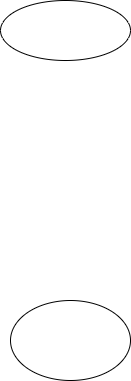
Earlier version of the draw.io export task_41/diagram.drawio.png (kononovaele/HomeTask_6). Source tidied: cells renumbered, new cells last; positions are measured from the earlier drawing's top-left corner, leaving out a move shared by most shapes. Its diagram source:
```xml
<mxGraphModel>
  <root>
    <mxCell id="0" />
    <mxCell id="1" parent="0" />
    <mxCell id="2" style="ellipse;whiteSpace=wrap;html=1;" parent="1" vertex="1">
      <mxGeometry width="130" height="60" as="geometry" />
    </mxCell>
    <mxCell id="3" style="ellipse;whiteSpace=wrap;html=1;" parent="1" vertex="1">
      <mxGeometry x="10" y="300" width="120" height="80" as="geometry" />
    </mxCell>
  </root>
</mxGraphModel>
```
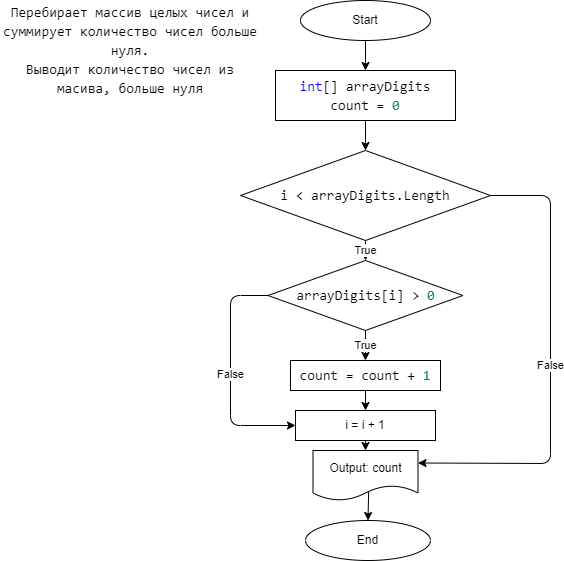
Above is the later version.

Commit message:
fix bug block-schema task_41

What changed in the source:
```diff
@@ -2,11 +2,69 @@
   <root>
     <mxCell id="0" />
     <mxCell id="1" parent="0" />
-    <mxCell id="2" style="ellipse;whiteSpace=wrap;html=1;" parent="1" vertex="1">
-      <mxGeometry width="130" height="60" as="geometry" />
+    <mxCell id="2" value="Start" style="ellipse;whiteSpace=wrap;html=1;" parent="1" vertex="1">
+      <mxGeometry width="130" height="40" as="geometry" />
     </mxCell>
-    <mxCell id="3" style="ellipse;whiteSpace=wrap;html=1;" parent="1" vertex="1">
-      <mxGeometry x="10" y="300" width="120" height="80" as="geometry" />
+    <mxCell id="3" value="End" style="ellipse;whiteSpace=wrap;html=1;" parent="1" vertex="1">
+      <mxGeometry x="5" y="520" width="125" height="40" as="geometry" />
     </mxCell>
+    <mxCell id="4" value="&lt;div style=&quot;background-color: rgb(255 , 255 , 255) ; font-family: &amp;quot;consolas&amp;quot; , &amp;quot;courier new&amp;quot; , monospace ; font-size: 14px ; line-height: 19px&quot;&gt;&lt;div&gt;&lt;span style=&quot;&quot;&gt;Перебирает массив целых чисел и суммирует количество чисел больше нуля.&lt;/span&gt;&lt;/div&gt;&lt;div&gt;&lt;span style=&quot;&quot;&gt;Выводит количество чисел из масива, больше нуля&lt;/span&gt;&lt;/div&gt;&lt;/div&gt;" style="text;html=1;strokeColor=none;fillColor=none;align=center;verticalAlign=middle;whiteSpace=wrap;rounded=0;fontColor=#000000;" parent="1" vertex="1">
+      <mxGeometry x="-300" width="260" height="100" as="geometry" />
+    </mxCell>
+    <mxCell id="5" value="&lt;div style=&quot;background-color: rgb(255 , 255 , 255) ; font-family: &amp;#34;consolas&amp;#34; , &amp;#34;courier new&amp;#34; , monospace ; font-size: 14px ; line-height: 19px&quot;&gt;&lt;span style=&quot;color: #0000ff&quot;&gt;int&lt;/span&gt;[] arrayDigits&lt;/div&gt;&lt;div style=&quot;background-color: rgb(255 , 255 , 255) ; font-family: &amp;#34;consolas&amp;#34; , &amp;#34;courier new&amp;#34; , monospace ; font-size: 14px ; line-height: 19px&quot;&gt;&lt;div style=&quot;font-family: &amp;#34;consolas&amp;#34; , &amp;#34;courier new&amp;#34; , monospace ; line-height: 19px&quot;&gt;count = &lt;span style=&quot;color: #098658&quot;&gt;0&lt;/span&gt;&lt;/div&gt;&lt;/div&gt;" style="rounded=0;whiteSpace=wrap;html=1;" parent="1" vertex="1">
+      <mxGeometry x="-25" y="70" width="180" height="50" as="geometry" />
+    </mxCell>
+    <mxCell id="6" value="&lt;div style=&quot;background-color: rgb(255 , 255 , 255) ; font-family: &amp;#34;consolas&amp;#34; , &amp;#34;courier new&amp;#34; , monospace ; font-size: 14px ; line-height: 19px&quot;&gt;i &amp;lt; arrayDigits.Length&lt;/div&gt;" style="rhombus;whiteSpace=wrap;html=1;fontColor=#000000;" parent="1" vertex="1">
+      <mxGeometry x="-60" y="150" width="250" height="90" as="geometry" />
+    </mxCell>
+    <mxCell id="7" value="&lt;div style=&quot;background-color: rgb(255 , 255 , 255) ; font-family: &amp;#34;consolas&amp;#34; , &amp;#34;courier new&amp;#34; , monospace ; font-size: 14px ; line-height: 19px&quot;&gt;arrayDigits[i] &amp;gt; &lt;span style=&quot;color: #098658&quot;&gt;0&lt;/span&gt;&lt;/div&gt;" style="rhombus;whiteSpace=wrap;html=1;fontColor=#000000;" parent="1" vertex="1">
+      <mxGeometry x="-32.5" y="260" width="195" height="70" as="geometry" />
+    </mxCell>
+    <mxCell id="8" value="&lt;div style=&quot;background-color: rgb(255 , 255 , 255) ; font-family: &amp;#34;consolas&amp;#34; , &amp;#34;courier new&amp;#34; , monospace ; font-size: 14px ; line-height: 19px&quot;&gt;count = count + &lt;span style=&quot;color: #098658&quot;&gt;1&lt;/span&gt;&lt;/div&gt;" style="rounded=0;whiteSpace=wrap;html=1;fontColor=#000000;" parent="1" vertex="1">
+      <mxGeometry x="-10" y="360" width="150" height="30" as="geometry" />
+    </mxCell>
+    <mxCell id="9" value="i = i + 1" style="rounded=0;whiteSpace=wrap;html=1;fontColor=#000000;" parent="1" vertex="1">
+      <mxGeometry x="-5" y="410" width="140" height="30" as="geometry" />
+    </mxCell>
+    <mxCell id="10" style="endArrow=classic;html=1;fontColor=#000000;exitX=0.5;exitY=1;exitDx=0;exitDy=0;" parent="1" edge="1" source="2" target="5">
+      <mxGeometry relative="1" as="geometry" />
+    </mxCell>
+    <mxCell id="11" style="endArrow=classic;html=1;fontColor=#000000;exitX=0.5;exitY=1;exitDx=0;exitDy=0;entryX=0.5;entryY=0;entryDx=0;entryDy=0;" parent="1" edge="1" source="5" target="6">
+      <mxGeometry relative="1" as="geometry" />
+    </mxCell>
+    <mxCell id="12" value="True" style="endArrow=classic;html=1;fontColor=#000000;exitX=0.5;exitY=1;exitDx=0;exitDy=0;" parent="1" edge="1" source="6" target="7">
+      <mxGeometry relative="1" as="geometry" />
+    </mxCell>
+    <mxCell id="13" value="Output: count" style="shape=document;whiteSpace=wrap;html=1;boundedLbl=1;fontColor=#000000;" parent="1" vertex="1">
+      <mxGeometry x="12.5" y="450" width="105" height="50" as="geometry" />
+    </mxCell>
+    <mxCell id="14" value="False" style="endArrow=classic;html=1;fontColor=#000000;exitX=1;exitY=0.5;exitDx=0;exitDy=0;entryX=1;entryY=0.25;entryDx=0;entryDy=0;" parent="1" edge="1" source="6" target="13">
+      <mxGeometry relative="1" as="geometry">
+        <Array as="points">
+          <mxPoint x="250" y="195" />
+          <mxPoint x="250" y="463" />
+        </Array>
+      </mxGeometry>
+    </mxCell>
+    <mxCell id="15" value="True" style="endArrow=classic;html=1;fontColor=#000000;exitX=0.5;exitY=1;exitDx=0;exitDy=0;" parent="1" edge="1" source="7" target="8">
+      <mxGeometry relative="1" as="geometry" />
+    </mxCell>
+    <mxCell id="16" style="endArrow=classic;html=1;fontColor=#000000;exitX=0.5;exitY=1;exitDx=0;exitDy=0;entryX=0.5;entryY=0;entryDx=0;entryDy=0;" parent="1" edge="1" source="8" target="9">
+      <mxGeometry relative="1" as="geometry" />
+    </mxCell>
+    <mxCell id="17" style="endArrow=classic;html=1;fontColor=#000000;exitX=0.5;exitY=1;exitDx=0;exitDy=0;entryX=0.5;entryY=0;entryDx=0;entryDy=0;" parent="1" edge="1" source="9" target="13">
+      <mxGeometry relative="1" as="geometry" />
+    </mxCell>
+    <mxCell id="18" style="endArrow=classic;html=1;fontColor=#000000;exitX=0.53;exitY=0.81;exitDx=0;exitDy=0;exitPerimeter=0;entryX=0.5;entryY=0;entryDx=0;entryDy=0;" parent="1" edge="1" source="13" target="3">
+      <mxGeometry relative="1" as="geometry" />
+    </mxCell>
+    <mxCell id="19" value="False" style="endArrow=classic;html=1;fontColor=#000000;exitX=0;exitY=0.5;exitDx=0;exitDy=0;entryX=0;entryY=0.5;entryDx=0;entryDy=0;" parent="1" edge="1" source="7" target="9">
+      <mxGeometry relative="1" as="geometry">
+        <Array as="points">
+          <mxPoint x="-70" y="295" />
+          <mxPoint x="-70" y="425" />
+        </Array>
+      </mxGeometry>
+    </mxCell>
   </root>
 </mxGraphModel>
```
